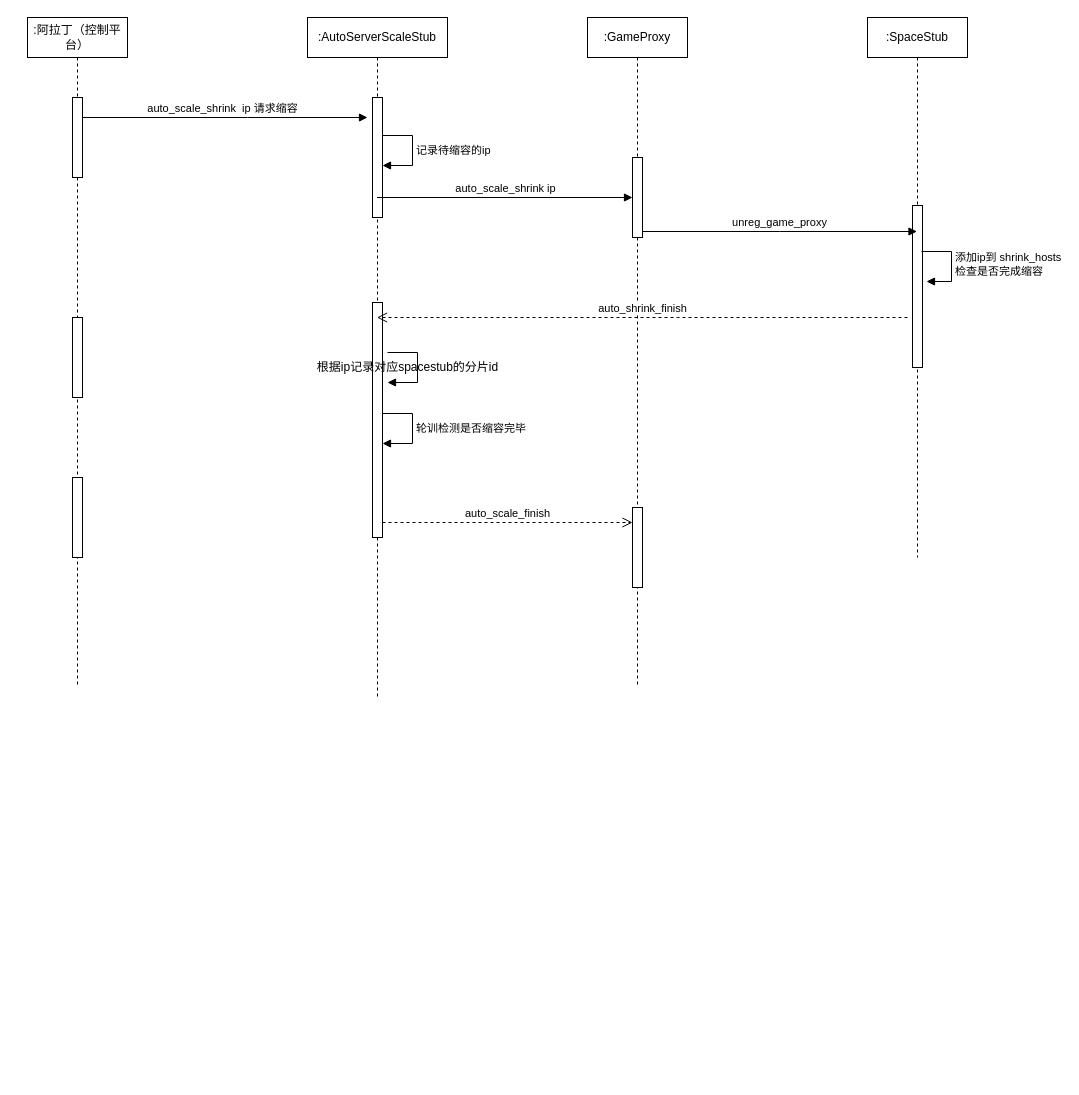
Above: 网易/扩缩容流程.drawio in Jacob0407/Diagram (draw.io), before the change. Source tidied: cells renumbered, new cells numbered last; positions are measured from the earlier drawing's top-left corner, leaving out a move shared by most shapes. Both pictures are drawn from the tidied source at 100%, with x=0, y=0 at pixel (27, 17).
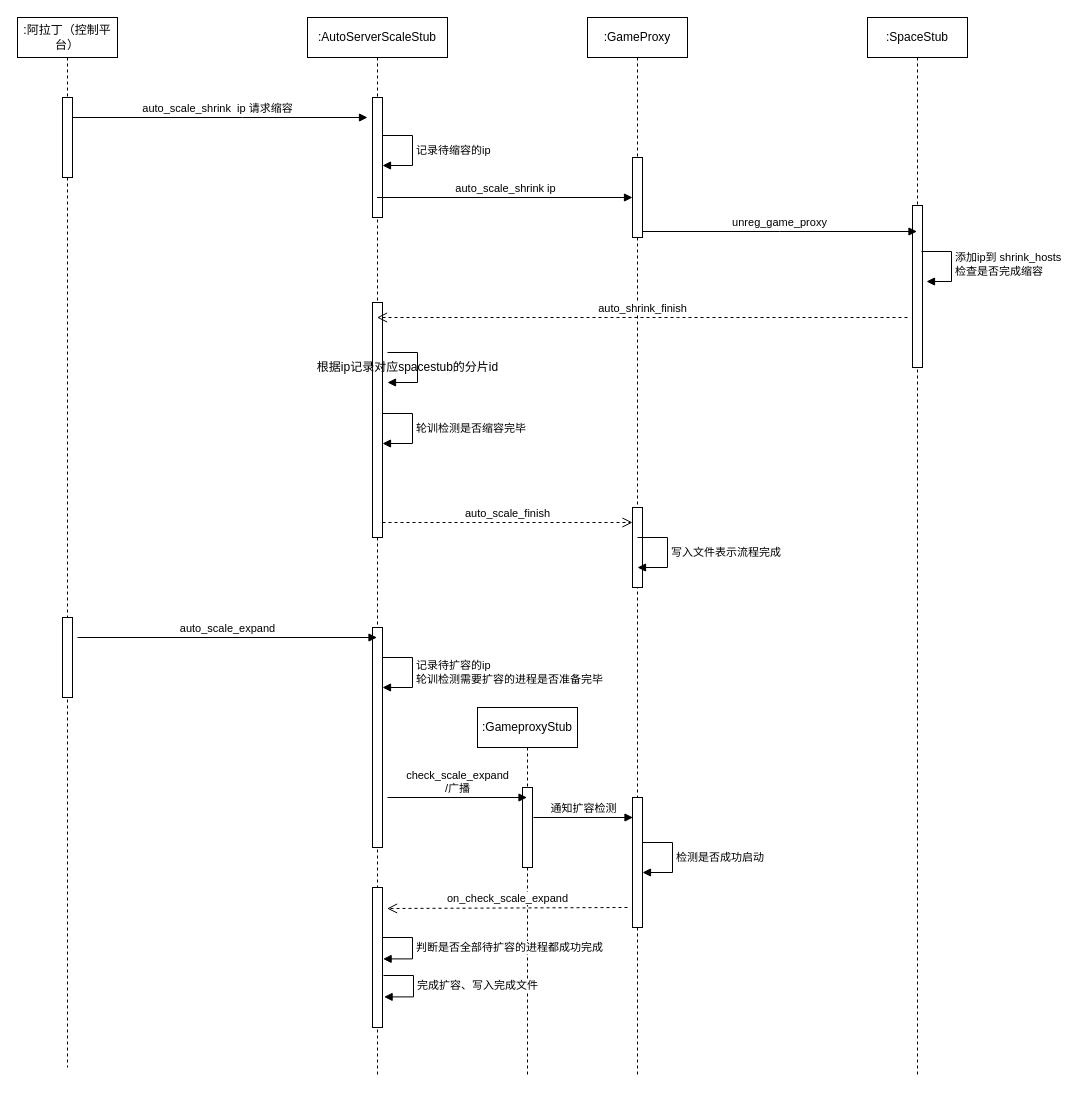
The same page after the edit.

Commit message:
更新扩缩容流程.drawio

What changed in the source:
```diff
@@
     <mxCell id="2" value=":AutoServerScaleStub" style="shape=umlLifeline;perimeter=lifelinePerimeter;whiteSpace=wrap;html=1;outlineConnect=0;portConstraint=eastwest;newEdgeStyle={&quot;edgeStyle&quot;:&quot;elbowEdgeStyle&quot;,&quot;elbow&quot;:&quot;vertical&quot;,&quot;curved&quot;:0,&quot;rounded&quot;:0};" parent="1" vertex="1">
-      <mxGeometry x="280" width="140" height="680" as="geometry" />
+      <mxGeometry x="280" width="140" height="1060" as="geometry" />
     </mxCell>
@@
     <mxCell id="8" value=":GameProxy" style="shape=umlLifeline;perimeter=lifelinePerimeter;whiteSpace=wrap;html=1;newEdgeStyle={&quot;edgeStyle&quot;:&quot;elbowEdgeStyle&quot;,&quot;elbow&quot;:&quot;vertical&quot;,&quot;curved&quot;:0,&quot;rounded&quot;:0};" parent="1" vertex="1">
-      <mxGeometry x="560" width="100" height="670" as="geometry" />
+      <mxGeometry x="560" width="100" height="1060" as="geometry" />
     </mxCell>
@@
     <mxCell id="12" value=":SpaceStub" style="shape=umlLifeline;perimeter=lifelinePerimeter;whiteSpace=wrap;html=1;newEdgeStyle={&quot;edgeStyle&quot;:&quot;elbowEdgeStyle&quot;,&quot;elbow&quot;:&quot;vertical&quot;,&quot;curved&quot;:0,&quot;rounded&quot;:0};" parent="1" vertex="1">
-      <mxGeometry x="840" width="100" height="540" as="geometry" />
+      <mxGeometry x="840" width="100" height="1060" as="geometry" />
     </mxCell>
@@
     <mxCell id="17" value=":阿拉丁（控制平台）" style="shape=umlLifeline;perimeter=lifelinePerimeter;whiteSpace=wrap;html=1;outlineConnect=0;portConstraint=eastwest;newEdgeStyle={&quot;edgeStyle&quot;:&quot;elbowEdgeStyle&quot;,&quot;elbow&quot;:&quot;vertical&quot;,&quot;curved&quot;:0,&quot;rounded&quot;:0};" parent="1" vertex="1">
-      <mxGeometry width="100" height="670" as="geometry" />
+      <mxGeometry x="-10" width="100" height="1050" as="geometry" />
     </mxCell>
@@
-    <mxCell id="19" style="html=1;perimeter=orthogonalPerimeter;targetShapes=umlLifeline;newEdgeStyle={&quot;edgeStyle&quot;:&quot;elbowEdgeStyle&quot;,&quot;elbow&quot;:&quot;vertical&quot;,&quot;curved&quot;:0,&quot;rounded&quot;:0};" parent="17" vertex="1">
-      <mxGeometry x="45" y="300" width="10" height="80" as="geometry" />
-    </mxCell>
     <mxCell id="20" style="html=1;perimeter=orthogonalPerimeter;targetShapes=umlLifeline;newEdgeStyle={&quot;edgeStyle&quot;:&quot;elbowEdgeStyle&quot;,&quot;elbow&quot;:&quot;vertical&quot;,&quot;curved&quot;:0,&quot;rounded&quot;:0};" parent="17" vertex="1">
-      <mxGeometry x="45" y="460" width="10" height="80" as="geometry" />
+      <mxGeometry x="45" y="600" width="10" height="80" as="geometry" />
     </mxCell>
@@
+    <mxCell id="24" value="写入文件表示流程完成" style="html=1;align=left;spacingLeft=2;endArrow=block;rounded=0;edgeStyle=orthogonalEdgeStyle;curved=0;rounded=0;" parent="1" edge="1">
+      <mxGeometry relative="1" as="geometry">
+        <mxPoint x="610" y="520" as="sourcePoint" />
+        <mxPoint x="610" y="550" as="targetPoint" />
+        <Array as="points">
+          <mxPoint x="640" y="550" />
+        </Array>
+      </mxGeometry>
+    </mxCell>
+    <mxCell id="25" style="html=1;perimeter=orthogonalPerimeter;" parent="1" vertex="1">
+      <mxGeometry x="345" y="610" width="10" height="220" as="geometry" />
+    </mxCell>
+    <mxCell id="26" value="auto_scale_expand" style="html=1;verticalAlign=bottom;endArrow=block;rounded=0;" parent="1" edge="1" target="2">
+      <mxGeometry relative="1" as="geometry">
+        <mxPoint x="50" y="620" as="sourcePoint" />
+      </mxGeometry>
+    </mxCell>
+    <mxCell id="27" value="记录待扩容的ip&lt;br&gt;轮训检测需要扩容的进程是否准备完毕" style="html=1;align=left;spacingLeft=2;endArrow=block;rounded=0;edgeStyle=orthogonalEdgeStyle;curved=0;rounded=0;" parent="1" edge="1">
+      <mxGeometry relative="1" as="geometry">
+        <mxPoint x="355" y="640" as="sourcePoint" />
+        <mxPoint x="355" y="670" as="targetPoint" />
+        <Array as="points">
+          <mxPoint x="385" y="670" />
+        </Array>
+      </mxGeometry>
+    </mxCell>
+    <mxCell id="28" value=":GameproxyStub" style="shape=umlLifeline;perimeter=lifelinePerimeter;whiteSpace=wrap;html=1;outlineConnect=0;" parent="1" vertex="1">
+      <mxGeometry x="450" y="690" width="100" height="370" as="geometry" />
+    </mxCell>
+    <mxCell id="29" style="html=1;perimeter=orthogonalPerimeter;" parent="28" vertex="1">
+      <mxGeometry x="45" y="80" width="10" height="80" as="geometry" />
+    </mxCell>
+    <mxCell id="30" value="通知扩容检测" style="html=1;verticalAlign=bottom;endArrow=block;rounded=0;" parent="28" edge="1">
+      <mxGeometry relative="1" as="geometry">
+        <mxPoint x="56" y="110" as="sourcePoint" />
+        <mxPoint x="155.5" y="110" as="targetPoint" />
+      </mxGeometry>
+    </mxCell>
+    <mxCell id="31" value="on_check_scale_expand" style="html=1;verticalAlign=bottom;endArrow=open;dashed=1;endSize=8;rounded=0;entryX=1.46;entryY=0.15;entryDx=0;entryDy=0;entryPerimeter=0;" parent="28" edge="1" target="35">
+      <mxGeometry relative="1" as="geometry">
+        <mxPoint x="150" y="200" as="sourcePoint" />
+      </mxGeometry>
+    </mxCell>
+    <mxCell id="32" value="check_scale_expand&lt;br&gt;/广播" style="html=1;verticalAlign=bottom;endArrow=block;rounded=0;" parent="1" edge="1" target="28">
+      <mxGeometry relative="1" as="geometry">
+        <mxPoint x="360" y="780" as="sourcePoint" />
+      </mxGeometry>
+    </mxCell>
+    <mxCell id="33" style="html=1;perimeter=orthogonalPerimeter;" parent="1" vertex="1">
+      <mxGeometry x="605" y="780" width="10" height="130" as="geometry" />
+    </mxCell>
+    <mxCell id="34" value="检测是否成功启动" style="html=1;align=left;spacingLeft=2;endArrow=block;rounded=0;edgeStyle=orthogonalEdgeStyle;curved=0;rounded=0;" parent="1" edge="1">
+      <mxGeometry relative="1" as="geometry">
+        <mxPoint x="615" y="825" as="sourcePoint" />
+        <mxPoint x="615" y="855" as="targetPoint" />
+        <Array as="points">
+          <mxPoint x="645" y="855" />
+        </Array>
+      </mxGeometry>
+    </mxCell>
+    <mxCell id="35" style="html=1;points=[];perimeter=orthogonalPerimeter;" parent="1" vertex="1">
+      <mxGeometry x="345" y="870" width="10" height="140" as="geometry" />
+    </mxCell>
+    <mxCell id="36" value="判断是否全部待扩容的进程都成功完成" style="edgeStyle=orthogonalEdgeStyle;html=1;align=left;spacingLeft=2;endArrow=block;rounded=0;entryX=1.06;entryY=0.51;entryDx=0;entryDy=0;entryPerimeter=0;" parent="1" edge="1" target="35">
+      <mxGeometry relative="1" as="geometry">
+        <mxPoint x="355" y="920" as="sourcePoint" />
+        <Array as="points">
+          <mxPoint x="385" y="920" />
+          <mxPoint x="385" y="941" />
+        </Array>
+      </mxGeometry>
+    </mxCell>
+    <mxCell id="37" value="完成扩容、写入完成文件" style="edgeStyle=orthogonalEdgeStyle;html=1;align=left;spacingLeft=2;endArrow=block;rounded=0;entryX=1.06;entryY=0.51;entryDx=0;entryDy=0;entryPerimeter=0;" parent="1" edge="1">
+      <mxGeometry relative="1" as="geometry">
+        <mxPoint x="356" y="958" as="sourcePoint" />
+        <mxPoint x="356.6" y="979.4" as="targetPoint" />
+        <Array as="points">
+          <mxPoint x="386" y="958" />
+          <mxPoint x="386" y="979" />
+        </Array>
+      </mxGeometry>
+    </mxCell>
```
